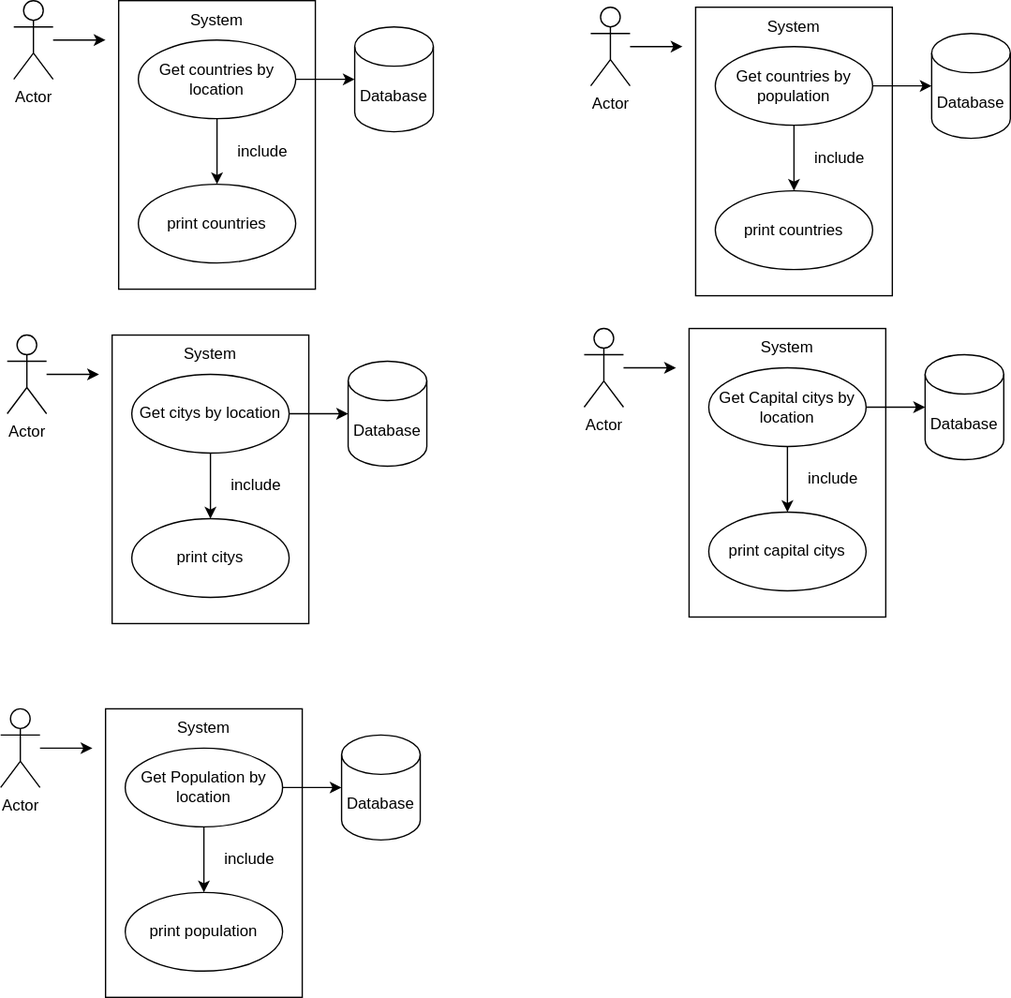
Earlier version of the draw.io export use-cases/Organisation System.svg (Dilloid/sem-group-17). Source tidied: cells renumbered, new cells last; positions are measured from the earlier drawing's top-left corner, leaving out a move shared by most shapes.
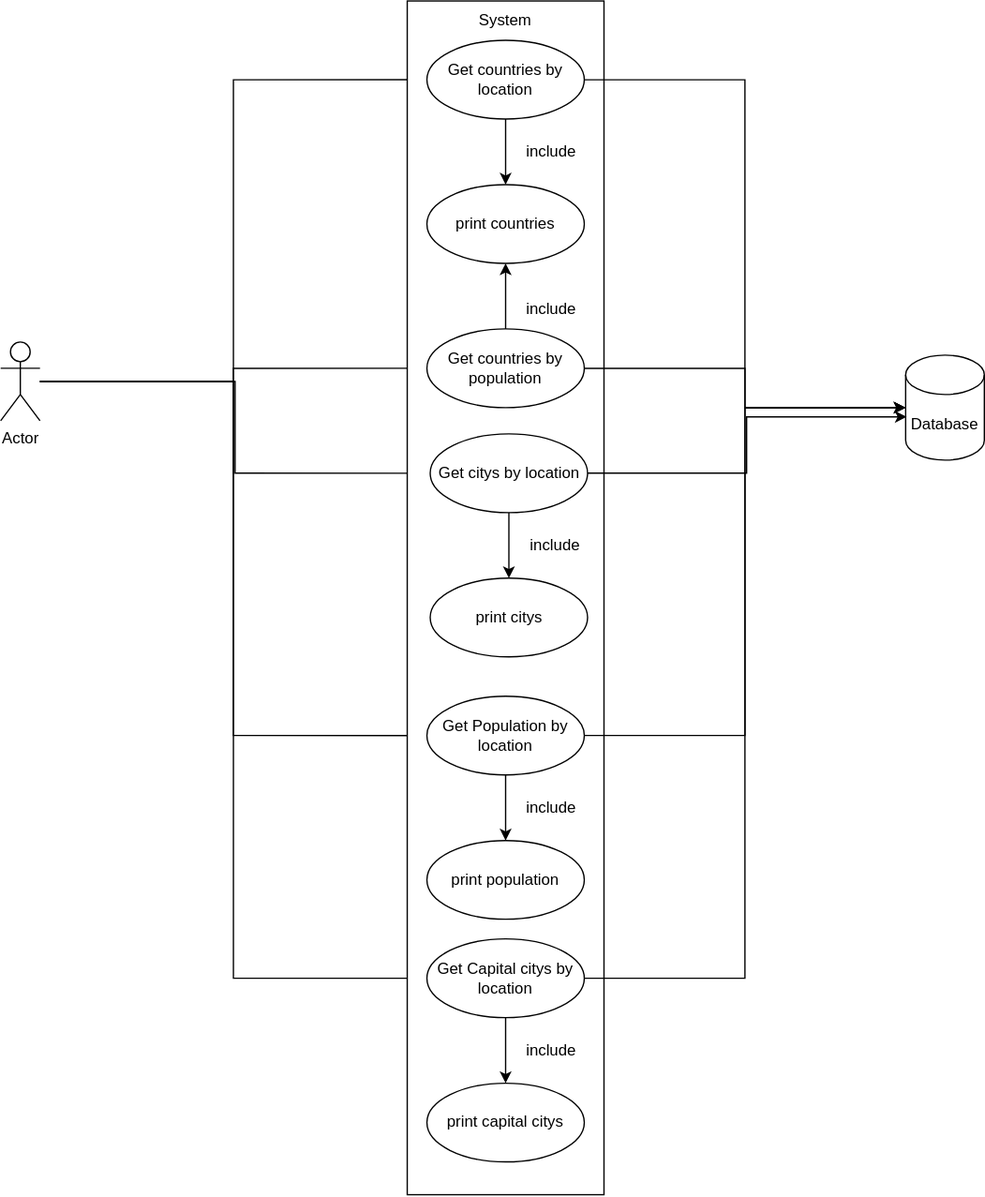
After the change.

Commit message:
updated formatting of diagram

What changed in the source:
```diff
@@ -2,165 +2,104 @@
   <root>
     <mxCell id="0" />
     <mxCell id="1" parent="0" />
-    <mxCell id="2" style="edgeStyle=orthogonalEdgeStyle;rounded=0;jettySize=auto;html=1;" parent="1" edge="1" source="3">
-      <mxGeometry relative="1" as="geometry">
-        <mxPoint x="80" y="30" as="targetPoint" />
-      </mxGeometry>
-    </mxCell>
+    <mxCell id="52" style="edgeStyle=orthogonalEdgeStyle;rounded=0;jettySize=auto;html=1;entryX=0;entryY=0.5;entryDx=0;entryDy=0;" parent="1" edge="1" source="3" target="28">
+      <mxGeometry relative="1" as="geometry" />
+    </mxCell>
+    <mxCell id="53" style="edgeStyle=orthogonalEdgeStyle;rounded=0;jettySize=auto;html=1;entryX=0;entryY=0.5;entryDx=0;entryDy=0;" parent="1" edge="1" source="3" target="8">
+      <mxGeometry relative="1" as="geometry" />
+    </mxCell>
+    <mxCell id="54" style="edgeStyle=orthogonalEdgeStyle;rounded=0;jettySize=auto;html=1;entryX=0;entryY=0.5;entryDx=0;entryDy=0;" parent="1" edge="1" source="3" target="48">
+      <mxGeometry relative="1" as="geometry" />
+    </mxCell>
+    <mxCell id="55" style="edgeStyle=orthogonalEdgeStyle;rounded=0;jettySize=auto;html=1;entryX=0;entryY=0.5;entryDx=0;entryDy=0;" parent="1" edge="1" source="3" target="18">
+      <mxGeometry relative="1" as="geometry" />
+    </mxCell>
+    <mxCell id="56" style="edgeStyle=orthogonalEdgeStyle;rounded=0;jettySize=auto;html=1;entryX=0;entryY=0.5;entryDx=0;entryDy=0;" parent="1" edge="1" source="3" target="38">
+      <mxGeometry relative="1" as="geometry" />
+    </mxCell>
     <mxCell id="3" value="Actor" style="shape=umlActor;verticalLabelPosition=bottom;verticalAlign=top;html=1;outlineConnect=0;" parent="1" vertex="1">
-      <mxGeometry x="10" width="30" height="60" as="geometry" />
+      <mxGeometry x="30" y="260" width="30" height="60" as="geometry" />
     </mxCell>
     <mxCell id="4" style="rounded=0;whiteSpace=wrap;html=1;" parent="1" vertex="1">
-      <mxGeometry x="90" width="150" height="220" as="geometry" />
+      <mxGeometry x="340" width="150" height="910" as="geometry" />
     </mxCell>
     <mxCell id="5" value="System" style="text;html=1;strokeColor=none;fillColor=none;align=center;verticalAlign=middle;whiteSpace=wrap;rounded=0;" parent="1" vertex="1">
-      <mxGeometry x="90" width="150" height="30" as="geometry" />
+      <mxGeometry x="340" width="150" height="30" as="geometry" />
     </mxCell>
     <mxCell id="6" style="edgeStyle=orthogonalEdgeStyle;rounded=0;jettySize=auto;html=1;entryX=0.5;entryY=0;entryDx=0;entryDy=0;" parent="1" edge="1" source="8" target="9">
       <mxGeometry relative="1" as="geometry" />
     </mxCell>
-    <mxCell id="7" style="edgeStyle=orthogonalEdgeStyle;rounded=0;jettySize=auto;html=1;" parent="1" edge="1" source="8" target="11">
+    <mxCell id="7" style="edgeStyle=orthogonalEdgeStyle;rounded=0;jettySize=auto;html=1;entryX=0;entryY=0.5;entryDx=0;entryDy=0;entryPerimeter=0;" parent="1" edge="1" source="8" target="11">
       <mxGeometry relative="1" as="geometry" />
     </mxCell>
     <mxCell id="8" value="Get countries by location" style="ellipse;whiteSpace=wrap;html=1;" parent="1" vertex="1">
-      <mxGeometry x="105" y="30" width="120" height="60" as="geometry" />
+      <mxGeometry x="355" y="30" width="120" height="60" as="geometry" />
     </mxCell>
     <mxCell id="9" value="print countries" style="ellipse;whiteSpace=wrap;html=1;" parent="1" vertex="1">
-      <mxGeometry x="105" y="140" width="120" height="60" as="geometry" />
+      <mxGeometry x="355" y="140" width="120" height="60" as="geometry" />
     </mxCell>
     <mxCell id="10" value="include" style="text;html=1;strokeColor=none;fillColor=none;align=center;verticalAlign=middle;whiteSpace=wrap;rounded=0;" parent="1" vertex="1">
-      <mxGeometry x="170" y="100" width="60" height="30" as="geometry" />
+      <mxGeometry x="420" y="100" width="60" height="30" as="geometry" />
     </mxCell>
     <mxCell id="11" value="Database" style="shape=cylinder3;whiteSpace=wrap;html=1;boundedLbl=1;backgroundOutline=1;size=15;" parent="1" vertex="1">
-      <mxGeometry x="270" y="20" width="60" height="80" as="geometry" />
+      <mxGeometry x="720" y="270" width="60" height="80" as="geometry" />
     </mxCell>
-    <mxCell id="12" style="edgeStyle=orthogonalEdgeStyle;rounded=0;jettySize=auto;html=1;" parent="1" edge="1" source="13">
-      <mxGeometry relative="1" as="geometry">
-        <mxPoint x="520" y="35" as="targetPoint" />
-      </mxGeometry>
-    </mxCell>
-    <mxCell id="13" value="Actor" style="shape=umlActor;verticalLabelPosition=bottom;verticalAlign=top;html=1;outlineConnect=0;" parent="1" vertex="1">
-      <mxGeometry x="450" y="5" width="30" height="60" as="geometry" />
-    </mxCell>
-    <mxCell id="14" style="rounded=0;whiteSpace=wrap;html=1;" parent="1" vertex="1">
-      <mxGeometry x="530" y="5" width="150" height="220" as="geometry" />
-    </mxCell>
-    <mxCell id="15" value="System" style="text;html=1;strokeColor=none;fillColor=none;align=center;verticalAlign=middle;whiteSpace=wrap;rounded=0;" parent="1" vertex="1">
-      <mxGeometry x="530" y="5" width="150" height="30" as="geometry" />
-    </mxCell>
-    <mxCell id="16" style="edgeStyle=orthogonalEdgeStyle;rounded=0;jettySize=auto;html=1;entryX=0.5;entryY=0;entryDx=0;entryDy=0;" parent="1" edge="1" source="18" target="19">
-      <mxGeometry relative="1" as="geometry" />
-    </mxCell>
-    <mxCell id="17" style="edgeStyle=orthogonalEdgeStyle;rounded=0;jettySize=auto;html=1;" parent="1" edge="1" source="18" target="21">
-      <mxGeometry relative="1" as="geometry" />
-    </mxCell>
+    <mxCell id="57" style="edgeStyle=orthogonalEdgeStyle;rounded=0;jettySize=auto;html=1;entryX=0;entryY=0.5;entryDx=0;entryDy=0;entryPerimeter=0;" parent="1" edge="1" source="18" target="11">
+      <mxGeometry relative="1" as="geometry" />
+    </mxCell>
+    <mxCell id="58" style="edgeStyle=orthogonalEdgeStyle;rounded=0;jettySize=auto;html=1;entryX=0.5;entryY=1;entryDx=0;entryDy=0;" parent="1" edge="1" source="18" target="9">
+      <mxGeometry relative="1" as="geometry" />
+    </mxCell>
     <mxCell id="18" value="Get countries by population" style="ellipse;whiteSpace=wrap;html=1;" parent="1" vertex="1">
-      <mxGeometry x="545" y="35" width="120" height="60" as="geometry" />
+      <mxGeometry x="355" y="250" width="120" height="60" as="geometry" />
     </mxCell>
-    <mxCell id="19" value="print countries" style="ellipse;whiteSpace=wrap;html=1;" parent="1" vertex="1">
-      <mxGeometry x="545" y="145" width="120" height="60" as="geometry" />
-    </mxCell>
     <mxCell id="20" value="include" style="text;html=1;strokeColor=none;fillColor=none;align=center;verticalAlign=middle;whiteSpace=wrap;rounded=0;" parent="1" vertex="1">
-      <mxGeometry x="610" y="105" width="60" height="30" as="geometry" />
+      <mxGeometry x="420" y="220" width="60" height="30" as="geometry" />
     </mxCell>
-    <mxCell id="21" value="Database" style="shape=cylinder3;whiteSpace=wrap;html=1;boundedLbl=1;backgroundOutline=1;size=15;" parent="1" vertex="1">
-      <mxGeometry x="710" y="25" width="60" height="80" as="geometry" />
-    </mxCell>
-    <mxCell id="22" style="edgeStyle=orthogonalEdgeStyle;rounded=0;jettySize=auto;html=1;" parent="1" edge="1" source="23">
-      <mxGeometry relative="1" as="geometry">
-        <mxPoint x="75" y="285" as="targetPoint" />
-      </mxGeometry>
-    </mxCell>
-    <mxCell id="23" value="Actor" style="shape=umlActor;verticalLabelPosition=bottom;verticalAlign=top;html=1;outlineConnect=0;" parent="1" vertex="1">
-      <mxGeometry x="5" y="255" width="30" height="60" as="geometry" />
-    </mxCell>
-    <mxCell id="24" style="rounded=0;whiteSpace=wrap;html=1;" parent="1" vertex="1">
-      <mxGeometry x="85" y="255" width="150" height="220" as="geometry" />
-    </mxCell>
-    <mxCell id="25" value="System" style="text;html=1;strokeColor=none;fillColor=none;align=center;verticalAlign=middle;whiteSpace=wrap;rounded=0;" parent="1" vertex="1">
-      <mxGeometry x="85" y="255" width="150" height="30" as="geometry" />
-    </mxCell>
     <mxCell id="26" style="edgeStyle=orthogonalEdgeStyle;rounded=0;jettySize=auto;html=1;entryX=0.5;entryY=0;entryDx=0;entryDy=0;" parent="1" edge="1" source="28" target="29">
       <mxGeometry relative="1" as="geometry" />
     </mxCell>
-    <mxCell id="27" style="edgeStyle=orthogonalEdgeStyle;rounded=0;jettySize=auto;html=1;" parent="1" edge="1" source="28" target="31">
-      <mxGeometry relative="1" as="geometry" />
-    </mxCell>
+    <mxCell id="59" style="edgeStyle=orthogonalEdgeStyle;rounded=0;jettySize=auto;html=1;entryX=0.014;entryY=0.588;entryDx=0;entryDy=0;entryPerimeter=0;" parent="1" edge="1" source="28" target="11">
+      <mxGeometry relative="1" as="geometry" />
+    </mxCell>
     <mxCell id="28" value="Get citys by location" style="ellipse;whiteSpace=wrap;html=1;" parent="1" vertex="1">
-      <mxGeometry x="100" y="285" width="120" height="60" as="geometry" />
+      <mxGeometry x="357.5" y="330" width="120" height="60" as="geometry" />
     </mxCell>
     <mxCell id="29" value="print citys" style="ellipse;whiteSpace=wrap;html=1;" parent="1" vertex="1">
-      <mxGeometry x="100" y="395" width="120" height="60" as="geometry" />
+      <mxGeometry x="357.5" y="440" width="120" height="60" as="geometry" />
     </mxCell>
     <mxCell id="30" value="include" style="text;html=1;strokeColor=none;fillColor=none;align=center;verticalAlign=middle;whiteSpace=wrap;rounded=0;" parent="1" vertex="1">
-      <mxGeometry x="165" y="355" width="60" height="30" as="geometry" />
+      <mxGeometry x="422.5" y="400" width="60" height="30" as="geometry" />
     </mxCell>
-    <mxCell id="31" value="Database" style="shape=cylinder3;whiteSpace=wrap;html=1;boundedLbl=1;backgroundOutline=1;size=15;" parent="1" vertex="1">
-      <mxGeometry x="265" y="275" width="60" height="80" as="geometry" />
-    </mxCell>
-    <mxCell id="32" style="edgeStyle=orthogonalEdgeStyle;rounded=0;jettySize=auto;html=1;" parent="1" edge="1" source="33">
-      <mxGeometry relative="1" as="geometry">
-        <mxPoint x="515" y="280" as="targetPoint" />
-      </mxGeometry>
-    </mxCell>
-    <mxCell id="33" value="Actor" style="shape=umlActor;verticalLabelPosition=bottom;verticalAlign=top;html=1;outlineConnect=0;" parent="1" vertex="1">
-      <mxGeometry x="445" y="250" width="30" height="60" as="geometry" />
-    </mxCell>
-    <mxCell id="34" style="rounded=0;whiteSpace=wrap;html=1;" parent="1" vertex="1">
-      <mxGeometry x="525" y="250" width="150" height="220" as="geometry" />
-    </mxCell>
-    <mxCell id="35" value="System" style="text;html=1;strokeColor=none;fillColor=none;align=center;verticalAlign=middle;whiteSpace=wrap;rounded=0;" parent="1" vertex="1">
-      <mxGeometry x="525" y="250" width="150" height="30" as="geometry" />
-    </mxCell>
     <mxCell id="36" style="edgeStyle=orthogonalEdgeStyle;rounded=0;jettySize=auto;html=1;entryX=0.5;entryY=0;entryDx=0;entryDy=0;" parent="1" edge="1" source="38" target="39">
       <mxGeometry relative="1" as="geometry" />
     </mxCell>
-    <mxCell id="37" style="edgeStyle=orthogonalEdgeStyle;rounded=0;jettySize=auto;html=1;" parent="1" edge="1" source="38" target="41">
-      <mxGeometry relative="1" as="geometry" />
-    </mxCell>
+    <mxCell id="60" style="edgeStyle=orthogonalEdgeStyle;rounded=0;jettySize=auto;html=1;entryX=0;entryY=0.5;entryDx=0;entryDy=0;entryPerimeter=0;" parent="1" edge="1" source="38" target="11">
+      <mxGeometry relative="1" as="geometry" />
+    </mxCell>
     <mxCell id="38" value="Get Capital citys by location" style="ellipse;whiteSpace=wrap;html=1;" parent="1" vertex="1">
-      <mxGeometry x="540" y="280" width="120" height="60" as="geometry" />
+      <mxGeometry x="355" y="715" width="120" height="60" as="geometry" />
     </mxCell>
     <mxCell id="39" value="print capital citys" style="ellipse;whiteSpace=wrap;html=1;" parent="1" vertex="1">
-      <mxGeometry x="540" y="390" width="120" height="60" as="geometry" />
+      <mxGeometry x="355" y="825" width="120" height="60" as="geometry" />
     </mxCell>
     <mxCell id="40" value="include" style="text;html=1;strokeColor=none;fillColor=none;align=center;verticalAlign=middle;whiteSpace=wrap;rounded=0;" parent="1" vertex="1">
-      <mxGeometry x="605" y="350" width="60" height="30" as="geometry" />
+      <mxGeometry x="420" y="785" width="60" height="30" as="geometry" />
     </mxCell>
-    <mxCell id="41" value="Database" style="shape=cylinder3;whiteSpace=wrap;html=1;boundedLbl=1;backgroundOutline=1;size=15;" parent="1" vertex="1">
-      <mxGeometry x="705" y="270" width="60" height="80" as="geometry" />
-    </mxCell>
-    <mxCell id="42" style="edgeStyle=orthogonalEdgeStyle;rounded=0;jettySize=auto;html=1;" parent="1" edge="1" source="43">
-      <mxGeometry relative="1" as="geometry">
-        <mxPoint x="70" y="570" as="targetPoint" />
-      </mxGeometry>
-    </mxCell>
-    <mxCell id="43" value="Actor" style="shape=umlActor;verticalLabelPosition=bottom;verticalAlign=top;html=1;outlineConnect=0;" parent="1" vertex="1">
-      <mxGeometry y="540" width="30" height="60" as="geometry" />
-    </mxCell>
-    <mxCell id="44" style="rounded=0;whiteSpace=wrap;html=1;" parent="1" vertex="1">
-      <mxGeometry x="80" y="540" width="150" height="220" as="geometry" />
-    </mxCell>
-    <mxCell id="45" value="System" style="text;html=1;strokeColor=none;fillColor=none;align=center;verticalAlign=middle;whiteSpace=wrap;rounded=0;" parent="1" vertex="1">
-      <mxGeometry x="80" y="540" width="150" height="30" as="geometry" />
-    </mxCell>
     <mxCell id="46" style="edgeStyle=orthogonalEdgeStyle;rounded=0;jettySize=auto;html=1;entryX=0.5;entryY=0;entryDx=0;entryDy=0;" parent="1" edge="1" source="48" target="49">
       <mxGeometry relative="1" as="geometry" />
     </mxCell>
-    <mxCell id="47" style="edgeStyle=orthogonalEdgeStyle;rounded=0;jettySize=auto;html=1;" parent="1" edge="1" source="48" target="51">
-      <mxGeometry relative="1" as="geometry" />
-    </mxCell>
+    <mxCell id="61" style="edgeStyle=orthogonalEdgeStyle;rounded=0;jettySize=auto;html=1;entryX=0;entryY=0.5;entryDx=0;entryDy=0;entryPerimeter=0;" parent="1" edge="1" source="48" target="11">
+      <mxGeometry relative="1" as="geometry" />
+    </mxCell>
     <mxCell id="48" value="Get Population by location" style="ellipse;whiteSpace=wrap;html=1;" parent="1" vertex="1">
-      <mxGeometry x="95" y="570" width="120" height="60" as="geometry" />
+      <mxGeometry x="355" y="530" width="120" height="60" as="geometry" />
     </mxCell>
     <mxCell id="49" value="print population" style="ellipse;whiteSpace=wrap;html=1;" parent="1" vertex="1">
-      <mxGeometry x="95" y="680" width="120" height="60" as="geometry" />
+      <mxGeometry x="355" y="640" width="120" height="60" as="geometry" />
     </mxCell>
     <mxCell id="50" value="include" style="text;html=1;strokeColor=none;fillColor=none;align=center;verticalAlign=middle;whiteSpace=wrap;rounded=0;" parent="1" vertex="1">
-      <mxGeometry x="160" y="640" width="60" height="30" as="geometry" />
+      <mxGeometry x="420" y="600" width="60" height="30" as="geometry" />
     </mxCell>
-    <mxCell id="51" value="Database" style="shape=cylinder3;whiteSpace=wrap;html=1;boundedLbl=1;backgroundOutline=1;size=15;" parent="1" vertex="1">
-      <mxGeometry x="260" y="560" width="60" height="80" as="geometry" />
-    </mxCell>
   </root>
 </mxGraphModel>
```
